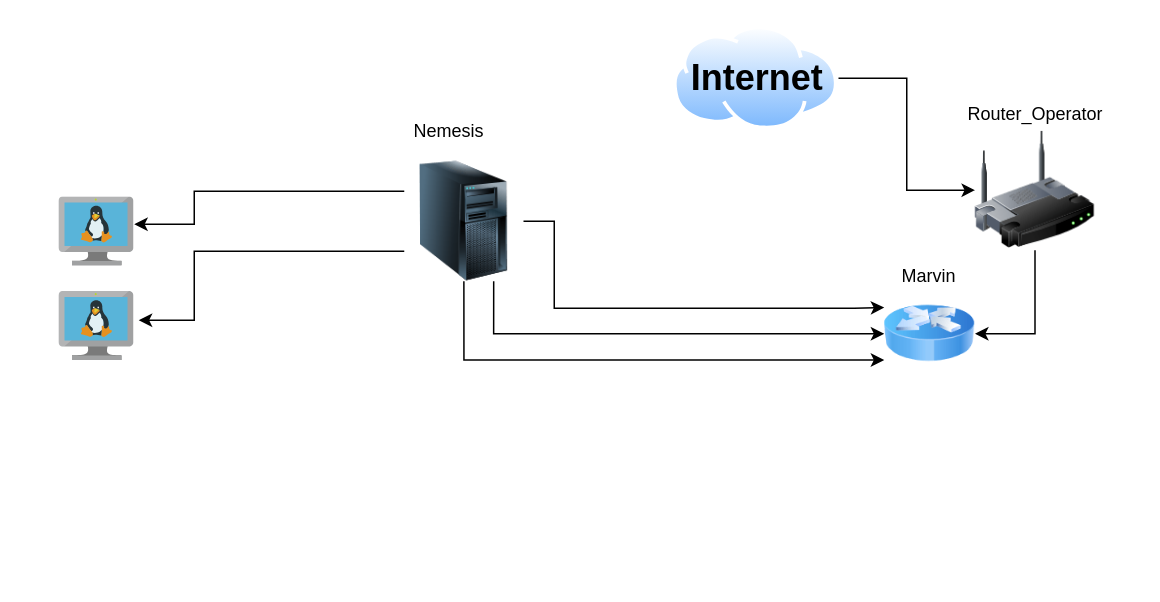
Before: ProjetoNebula_Diagram0.drawio in jarmis0n/ProjetoNebula, a draw.io diagram. Source tidied: cells renumbered, new cells numbered last; positions are measured from the earlier drawing's top-left corner, leaving out a move shared by most shapes. Both pictures are drawn from the tidied source at 150%, with x=0, y=0 at pixel (58, 26).
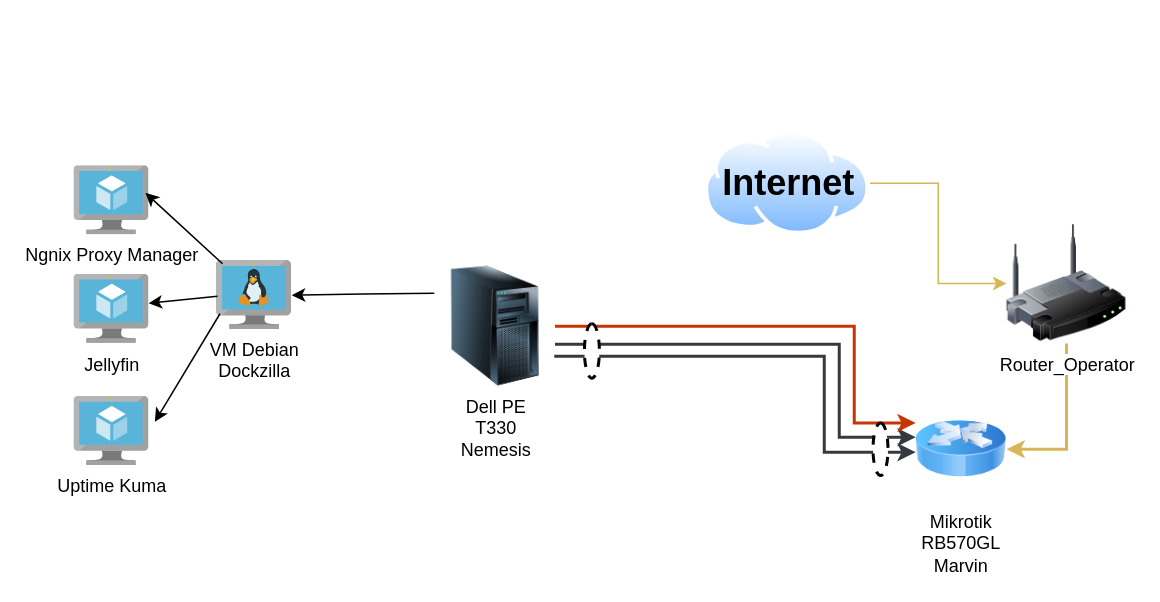
After the change.

Diff of the diagram source:
```diff
@@
-    <mxCell id="2" style="edgeStyle=orthogonalEdgeStyle;rounded=0;jettySize=auto;html=1;" parent="1" edge="1" source="3" target="5">
+    <mxCell id="2" style="edgeStyle=orthogonalEdgeStyle;rounded=0;jettySize=auto;html=1;strokeColor=light-dark(#D6B656,#FFFF33);" parent="1" edge="1" source="3" target="5">
       <mxGeometry relative="1" as="geometry" />
     </mxCell>
     <mxCell id="3" style="image;perimeter=ellipsePerimeter;html=1;align=center;shadow=0;dashed=0;spacingTop=3;image=img/lib/active_directory/internet_cloud.svg;" parent="1" vertex="1">
-      <mxGeometry x="409.5" width="110" height="69.3" as="geometry" />
+      <mxGeometry x="430.5" y="70" width="110" height="69.3" as="geometry" />
     </mxCell>
-    <mxCell id="4" style="edgeStyle=orthogonalEdgeStyle;rounded=0;jettySize=auto;html=1;entryX=1;entryY=0.5;entryDx=0;entryDy=0;" parent="1" edge="1" source="5" target="6">
+    <mxCell id="4" style="edgeStyle=orthogonalEdgeStyle;rounded=0;jettySize=auto;html=1;entryX=1;entryY=0.5;entryDx=0;entryDy=0;fillColor=#fff2cc;strokeColor=light-dark(#D6B656,#FFFF33);gradientColor=#ffd966;strokeWidth=2;" parent="1" edge="1" source="5" target="6">
       <mxGeometry relative="1" as="geometry" />
     </mxCell>
-    <mxCell id="5" style="image;html=1;image=img/lib/clip_art/networking/Wireless_Router_128x128.png;" parent="1" vertex="1">
-      <mxGeometry x="610.5" y="69.3" width="80" height="80" as="geometry" />
+    <mxCell id="5" value="Router_Operator" style="image;html=1;image=img/lib/clip_art/networking/Wireless_Router_128x128.png;" parent="1" vertex="1">
+      <mxGeometry x="631.5" y="131.5" width="80" height="80" as="geometry" />
     </mxCell>
-    <mxCell id="6" style="image;html=1;image=img/lib/clip_art/networking/Router_Icon_128x128.png;" parent="1" vertex="1">
-      <mxGeometry x="550" y="170" width="60.5" height="70" as="geometry" />
+    <mxCell id="6" value="&lt;div&gt;&lt;span style=&quot;text-wrap-mode: wrap;&quot;&gt;Mikrotik RB570GL&lt;/span&gt;&lt;/div&gt;&lt;div&gt;&lt;span style=&quot;text-wrap-mode: wrap;&quot;&gt;Marvin&lt;/span&gt;&lt;/div&gt;" style="image;html=1;image=img/lib/clip_art/networking/Router_Icon_128x128.png;" parent="1" vertex="1">
+      <mxGeometry x="571" y="247" width="60.5" height="70" as="geometry" />
     </mxCell>
-    <mxCell id="7" style="edgeStyle=orthogonalEdgeStyle;rounded=0;jettySize=auto;html=1;entryX=0;entryY=0.5;entryDx=0;entryDy=0;exitX=0.75;exitY=1;exitDx=0;exitDy=0;" parent="1" edge="1" source="9" target="6">
-      <mxGeometry relative="1" as="geometry" />
+    <mxCell id="7" style="edgeStyle=orthogonalEdgeStyle;rounded=0;jettySize=auto;html=1;entryX=0;entryY=0.5;entryDx=0;entryDy=0;fillColor=#eeeeee;strokeColor=light-dark(#36393D,#F7FAFF);strokeWidth=2;" parent="1" edge="1" source="9">
+      <mxGeometry relative="1" as="geometry">
+        <mxPoint x="571" y="274" as="targetPoint" />
+        <Array as="points">
+          <mxPoint x="520" y="212" />
+          <mxPoint x="520" y="274" />
+        </Array>
+      </mxGeometry>
     </mxCell>
-    <mxCell id="8" style="edgeStyle=orthogonalEdgeStyle;rounded=0;jettySize=auto;html=1;exitX=1;exitY=0.5;exitDx=0;exitDy=0;entryX=0;entryY=0.25;entryDx=0;entryDy=0;" parent="1" edge="1" source="9" target="6">
+    <mxCell id="8" style="edgeStyle=orthogonalEdgeStyle;rounded=0;jettySize=auto;html=1;exitX=1;exitY=0.5;exitDx=0;exitDy=0;entryX=0;entryY=0.25;entryDx=0;entryDy=0;fillColor=#fa6800;strokeColor=#C73500;strokeWidth=2;" parent="1" edge="1" source="9" target="6">
       <mxGeometry relative="1" as="geometry">
         <Array as="points">
-          <mxPoint x="330" y="130" />
-          <mxPoint x="330" y="188" />
-          <mxPoint x="530" y="188" />
+          <mxPoint x="530" y="200" />
+          <mxPoint x="530" y="265" />
+          <mxPoint x="571" y="265" />
         </Array>
       </mxGeometry>
     </mxCell>
-    <mxCell id="9" style="image;html=1;image=img/lib/clip_art/computers/Server_Tower_128x128.png;" parent="1" vertex="1">
-      <mxGeometry x="230" y="90" width="79.5" height="80" as="geometry" />
+    <mxCell id="9" value="&lt;div&gt;&lt;span style=&quot;text-wrap-mode: wrap;&quot;&gt;Dell PE T330&lt;/span&gt;&lt;/div&gt;&lt;div&gt;&lt;span style=&quot;text-wrap-mode: wrap;&quot;&gt;Nemesis&lt;/span&gt;&lt;/div&gt;" style="image;html=1;image=img/lib/clip_art/computers/Server_Tower_128x128.png;" parent="1" vertex="1">
+      <mxGeometry x="251" y="160" width="79.5" height="80" as="geometry" />
     </mxCell>
-    <mxCell id="10" style="edgeStyle=orthogonalEdgeStyle;rounded=0;jettySize=auto;html=1;entryX=0;entryY=0.75;entryDx=0;entryDy=0;exitX=0.5;exitY=1;exitDx=0;exitDy=0;" parent="1" edge="1" source="9" target="6">
-      <mxGeometry relative="1" as="geometry" />
+    <mxCell id="10" style="edgeStyle=orthogonalEdgeStyle;rounded=0;orthogonalLoop=1;jettySize=auto;html=1;entryX=0;entryY=0.75;entryDx=0;entryDy=0;fillColor=#eeeeee;strokeColor=light-dark(#36393D,#F7FAFF);strokeWidth=2;" parent="1" edge="1">
+      <mxGeometry relative="1" as="geometry">
+        <mxPoint x="330" y="220" as="sourcePoint" />
+        <mxPoint x="571" y="284" as="targetPoint" />
+        <Array as="points">
+          <mxPoint x="510" y="220" />
+          <mxPoint x="510" y="284" />
+        </Array>
+      </mxGeometry>
     </mxCell>
     <mxCell id="11" value="&lt;font style=&quot;color: light-dark(rgb(0, 0, 0), rgb(0, 0, 0));&quot;&gt;Internet&lt;/font&gt;" style="text;strokeColor=none;fillColor=none;html=1;fontSize=24;fontStyle=1;verticalAlign=middle;align=center;" parent="1" vertex="1">
-      <mxGeometry x="429.8" y="22.3" width="69.5" height="24.6" as="geometry" />
+      <mxGeometry x="450.8" y="92.3" width="69.5" height="24.6" as="geometry" />
     </mxCell>
-    <mxCell id="12" style="image;sketch=0;html=1;points=[];align=center;fontSize=12;image=img/lib/mscae/VM_Linux.svg;" parent="1" vertex="1">
-      <mxGeometry y="114" width="50" height="46" as="geometry" />
+    <mxCell id="12" value="VM Debian&lt;br&gt;Dockzilla" style="image;sketch=0;html=1;points=[];align=center;fontSize=12;image=img/lib/mscae/VM_Linux.svg;" parent="1" vertex="1">
+      <mxGeometry x="105" y="156.3" width="50" height="46" as="geometry" />
     </mxCell>
-    <mxCell id="13" style="image;sketch=0;html=1;points=[];align=center;fontSize=12;image=img/lib/mscae/VM_Linux.svg;" parent="1" vertex="1">
-      <mxGeometry y="177" width="50" height="46" as="geometry" />
-    </mxCell>
-    <mxCell id="14" style="edgeStyle=orthogonalEdgeStyle;rounded=0;jettySize=auto;html=1;exitX=0;exitY=0.25;exitDx=0;exitDy=0;entryX=1;entryY=0.391;entryDx=0;entryDy=0;entryPerimeter=0;shape=wire;dashed=1;" parent="1" edge="1" source="9" target="12">
+    <mxCell id="14" style="edgeStyle=orthogonalEdgeStyle;rounded=0;jettySize=auto;html=1;shape=wire;" parent="1" edge="1" target="12">
       <mxGeometry relative="1" as="geometry">
-        <Array as="points">
-          <mxPoint x="90" y="110" />
-          <mxPoint x="90" y="132" />
-        </Array>
+        <mxPoint x="250" y="178" as="sourcePoint" />
       </mxGeometry>
     </mxCell>
-    <mxCell id="15" style="edgeStyle=orthogonalEdgeStyle;rounded=0;jettySize=auto;html=1;exitX=0;exitY=0.75;exitDx=0;exitDy=0;entryX=1.06;entryY=0.413;entryDx=0;entryDy=0;entryPerimeter=0;" parent="1" edge="1" source="9" target="13">
-      <mxGeometry relative="1" as="geometry">
-        <Array as="points">
-          <mxPoint x="90" y="150" />
-          <mxPoint x="90" y="196" />
-        </Array>
-      </mxGeometry>
-    </mxCell>
-    <mxCell id="16" value="Nemesis" style="text;html=1;strokeColor=none;fillColor=none;align=center;verticalAlign=middle;whiteSpace=wrap;overflow=hidden;" parent="1" vertex="1">
-      <mxGeometry x="220" y="60" width="80" height="20" as="geometry" />
-    </mxCell>
-    <mxCell id="17" value="Marvin" style="text;html=1;strokeColor=none;fillColor=none;align=center;verticalAlign=middle;whiteSpace=wrap;overflow=hidden;" parent="1" vertex="1">
-      <mxGeometry x="540.2" y="157" width="80" height="20" as="geometry" />
-    </mxCell>
-    <mxCell id="18" value="Router_Operator" style="text;html=1;strokeColor=none;fillColor=none;align=center;verticalAlign=middle;whiteSpace=wrap;overflow=hidden;" parent="1" vertex="1">
-      <mxGeometry x="595.8" y="49.3" width="109.5" height="20" as="geometry" />
-    </mxCell>
+    <mxCell id="19" value="&lt;font&gt;Ngnix Proxy Manager&lt;/font&gt;" style="image;sketch=0;html=1;points=[];align=center;fontSize=12;image=img/lib/mscae/Virtual_Machine.svg;" parent="1" vertex="1">
+      <mxGeometry x="10" y="93.2" width="50" height="46" as="geometry" />
+    </mxCell>
+    <mxCell id="20" value="&lt;font&gt;Jellyfin&lt;/font&gt;" style="image;sketch=0;html=1;points=[];align=center;fontSize=12;image=img/lib/mscae/Virtual_Machine.svg;" parent="1" vertex="1">
+      <mxGeometry x="10" y="165.5" width="50" height="46" as="geometry" />
+    </mxCell>
+    <mxCell id="21" value="&lt;font&gt;Uptime Kuma&lt;/font&gt;" style="image;sketch=0;html=1;points=[];align=center;fontSize=12;image=img/lib/mscae/Virtual_Machine.svg;" parent="1" vertex="1">
+      <mxGeometry x="10" y="247" width="50" height="46" as="geometry" />
+    </mxCell>
+    <mxCell id="22" style="endArrow=classic;html=1;rounded=0;entryX=0.992;entryY=0.417;entryDx=0;entryDy=0;entryPerimeter=0;exitX=0.01;exitY=0.515;exitDx=0;exitDy=0;exitPerimeter=0;" parent="1" edge="1" source="12" target="20">
+      <mxGeometry relative="1" as="geometry" />
+    </mxCell>
+    <mxCell id="23" style="endArrow=classic;html=1;rounded=0;entryX=1.075;entryY=0.362;entryDx=0;entryDy=0;entryPerimeter=0;exitX=0.043;exitY=0.769;exitDx=0;exitDy=0;exitPerimeter=0;" parent="1" edge="1" source="12" target="21">
+      <mxGeometry relative="1" as="geometry" />
+    </mxCell>
+    <mxCell id="24" style="endArrow=classic;html=1;rounded=0;entryX=0.95;entryY=0.389;entryDx=0;entryDy=0;entryPerimeter=0;exitX=0.077;exitY=0.044;exitDx=0;exitDy=0;exitPerimeter=0;" parent="1" edge="1" source="12" target="19">
+      <mxGeometry relative="1" as="geometry" />
+    </mxCell>
+    <mxCell id="25" style="ellipse;whiteSpace=wrap;html=1;dashed=1;strokeWidth=2;rotation=-90;" parent="1" vertex="1">
+      <mxGeometry x="530" y="277" width="35" height="10" as="geometry" />
+    </mxCell>
+    <mxCell id="26" style="ellipse;whiteSpace=wrap;html=1;dashed=1;strokeWidth=2;rotation=-90;" parent="1" vertex="1">
+      <mxGeometry x="337" y="211.5" width="36.2" height="10" as="geometry" />
+    </mxCell>
```
